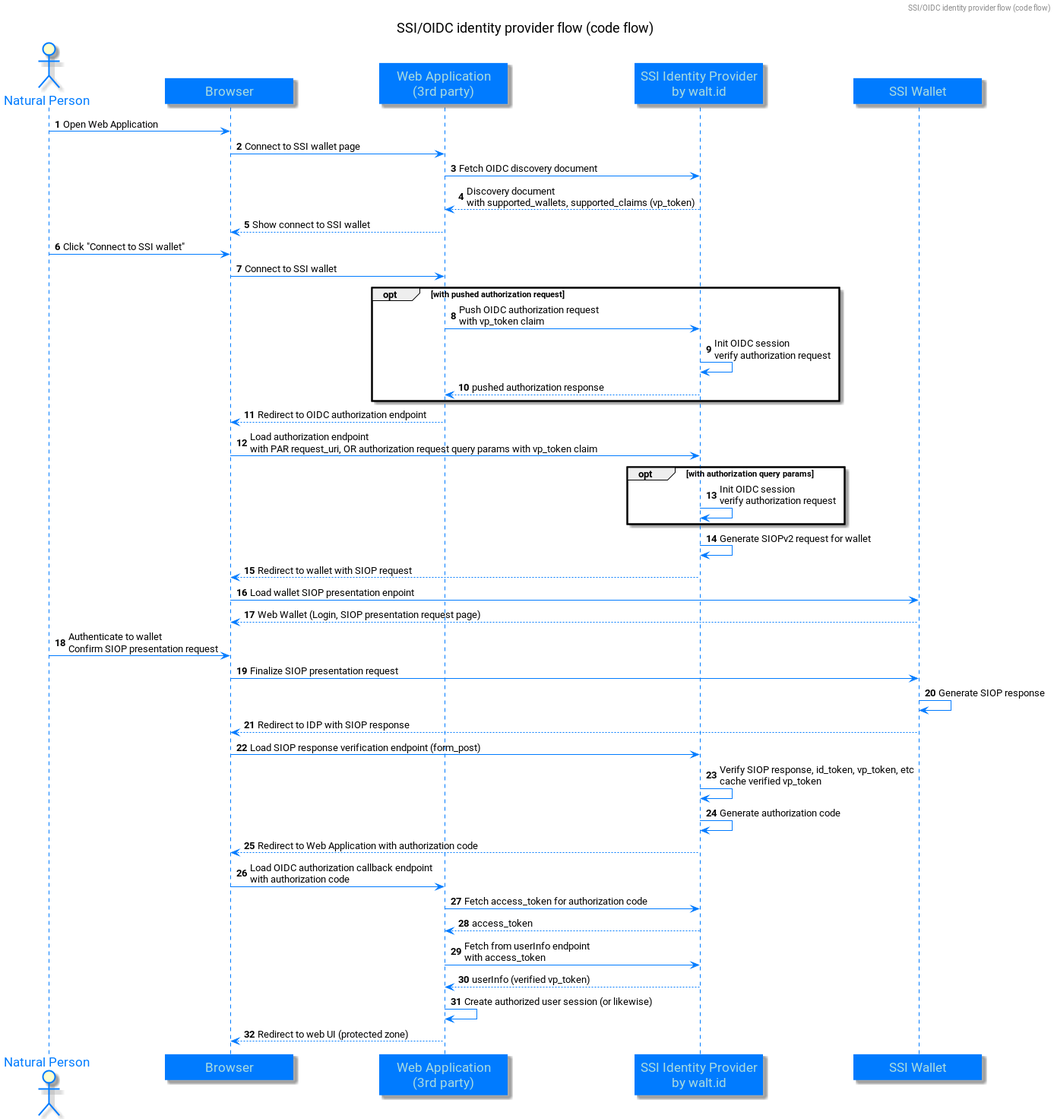
Before: siop-oidc-code-flow.png, a diagram exported from PlantUML (walt-id/waltid-idpkit). The source it was exported from:
```plantuml
@startuml

skinparam classFontColor 007BFF
skinparam classFontSize 12
skinparam classFontName Aapex
skinparam backgroundColor white
skinparam minClassWidth 155
skinparam nodesep 34
skinparam ranksep 70

skinparam sequence {
ArrowColor 007BFF
ActorBorderColor 007BFF
LifeLineBorderColor 007BFF
LifeLineBackgroundColor 007BFF

ParticipantBorderColor 007BFF
ParticipantBackgroundColor 007BFF
ParticipantFontName Impact
ParticipantFontSize 17
ParticipantFontColor #A9DCDF

ActorFontColor 007BFF
ActorFontSize 17
ActorFontName Aapex
}

skinparam class {
BorderColor 007BFF
ArrowColor 007BFF
BackgroundColor white
}

skinparam interface {
BorderColor 007BFF
ArrowColor 007BFF
}

skinparam note {
BorderColor 007BFF
BackgroundColor 7ACFF5
}


autonumber
header SSI/OIDC identity provider flow (code flow)
title
SSI/OIDC identity provider flow (code flow)
end title
autonumber
actor "Natural Person" as NP
participant Browser as BRW
participant "Web Application\n(3rd party)" as APP
participant "SSI Identity Provider\nby walt.id" as IDP
participant "SSI Wallet" as WW

NP->BRW: Open Web Application
BRW->APP: Connect to SSI wallet page
APP->IDP: Fetch OIDC discovery document
IDP-->APP: Discovery document\nwith supported_wallets, supported_claims (vp_token)
APP-->BRW: Show connect to SSI wallet
NP->BRW: Click "Connect to SSI wallet"
BRW->APP: Connect to SSI wallet
opt with pushed authorization request
APP->IDP: Push OIDC authorization request\nwith vp_token claim
IDP->IDP: Init OIDC session\nverify authorization request
IDP-->APP: pushed authorization response
end
APP-->BRW: Redirect to OIDC authorization endpoint
BRW->IDP: Load authorization endpoint\nwith PAR request_uri, OR authorization request query params with vp_token claim
opt with authorization query params
IDP->IDP: Init OIDC session\nverify authorization request
end
IDP->IDP: Generate SIOPv2 request for wallet
IDP-->BRW: Redirect to wallet with SIOP request
BRW->WW: Load wallet SIOP presentation enpoint
WW-->BRW: Web Wallet (Login, SIOP presentation request page)
NP->BRW: Authenticate to wallet\nConfirm SIOP presentation request
BRW->WW: Finalize SIOP presentation request
WW->WW: Generate SIOP response
WW-->BRW: Redirect to IDP with SIOP response
BRW->IDP: Load SIOP response verification endpoint (form_post)
IDP->IDP: Verify SIOP response, id_token, vp_token, etc\ncache verified vp_token
IDP->IDP: Generate authorization code
IDP-->BRW: Redirect to Web Application with authorization code
BRW->APP: Load OIDC authorization callback endpoint\nwith authorization code
APP->IDP: Fetch access_token for authorization code
IDP-->APP: access_token
APP->IDP: Fetch from userInfo endpoint\nwith access_token
IDP-->APP: userInfo (verified vp_token)
APP->APP: Create authorized user session (or likewise)
APP-->BRW: Redirect to web UI (protected zone)


@enduml
```
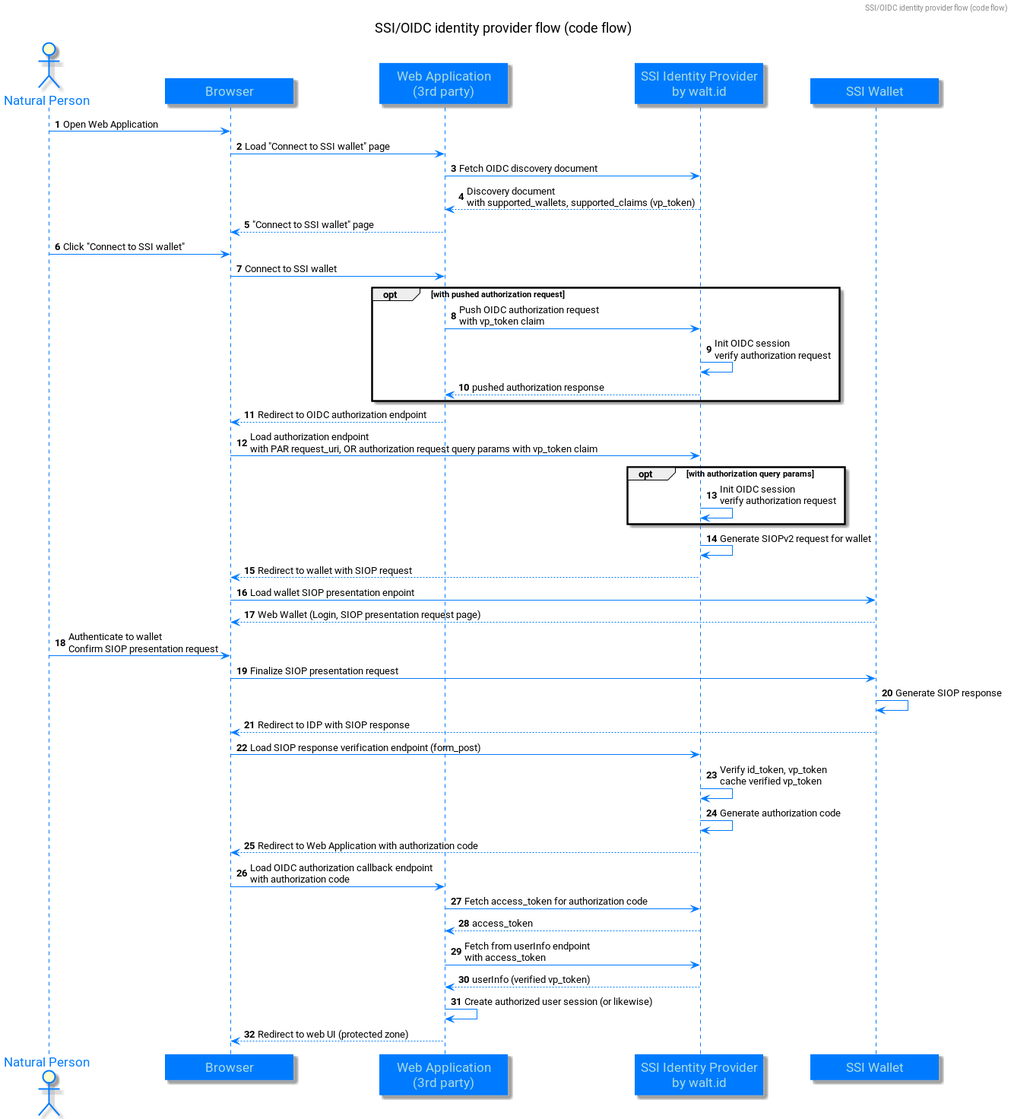
After the change.

Commit message:
update sequence diagram

What changed in the source:
```diff
@@ -55,10 +55,10 @@
 participant "SSI Wallet" as WW
 
 NP->BRW: Open Web Application
-BRW->APP: Connect to SSI wallet page
+BRW->APP: Load "Connect to SSI wallet" page
 APP->IDP: Fetch OIDC discovery document
 IDP-->APP: Discovery document\nwith supported_wallets, supported_claims (vp_token)
-APP-->BRW: Show connect to SSI wallet
+APP-->BRW: "Connect to SSI wallet" page
 NP->BRW: Click "Connect to SSI wallet"
 BRW->APP: Connect to SSI wallet
 opt with pushed authorization request
@@ -80,7 +80,7 @@
 WW->WW: Generate SIOP response
 WW-->BRW: Redirect to IDP with SIOP response
 BRW->IDP: Load SIOP response verification endpoint (form_post)
-IDP->IDP: Verify SIOP response, id_token, vp_token, etc\ncache verified vp_token
+IDP->IDP: Verify id_token, vp_token\ncache verified vp_token
 IDP->IDP: Generate authorization code
 IDP-->BRW: Redirect to Web Application with authorization code
 BRW->APP: Load OIDC authorization callback endpoint\nwith authorization code
```
